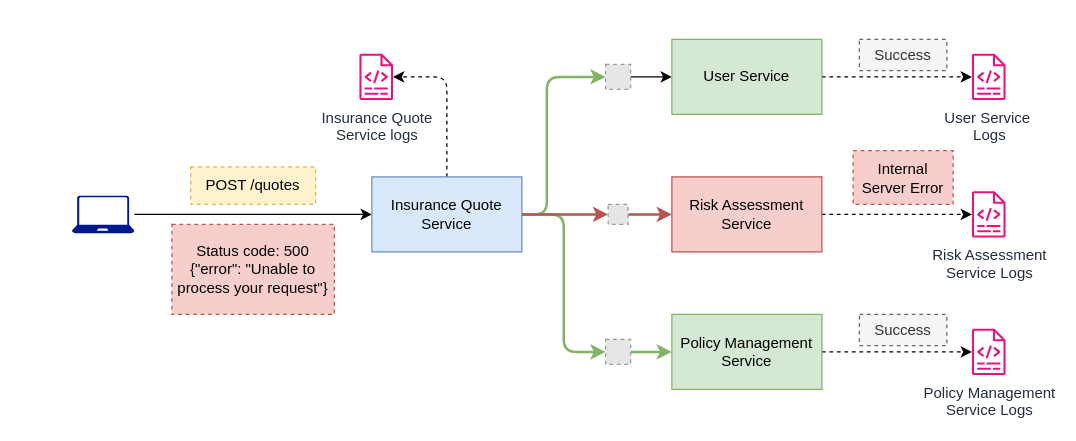
Before: page "11.4" (4 of 6) of ch11.drawio in abunuwas/api-sec-book-imgs, a draw.io diagram. Source tidied: cells renumbered, new cells numbered last; positions are measured from the earlier drawing's top-left corner, leaving out a move shared by most shapes. Both pictures are drawn from the tidied source at 125%, with x=0, y=0 at pixel (71, 39). Pictures stored in the file or linked from it are replaced by grey dashed boxes.
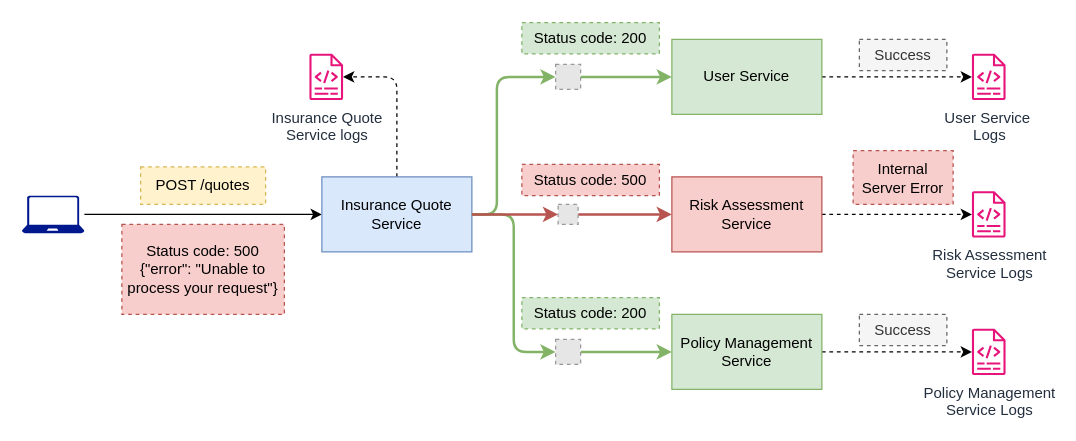
The same diagram, later.

The change refers to these unchanged cells:
```xml
<mxCell id="9" value="User Service" style="rounded=0;whiteSpace=wrap;html=1;fillColor=#d5e8d4;strokeColor=#82b366;" parent="1" vertex="1">
  <mxGeometry x="480" width="120" height="60" as="geometry" />
</mxCell>
```

What changed in the source:
```diff
@@
     <mxCell id="3" style="sketch=0;shadow=0;dashed=0;html=1;strokeColor=none;labelPosition=center;verticalLabelPosition=bottom;verticalAlign=top;align=center;fillColor=#00188D;shape=mxgraph.azure.laptop;" parent="1" vertex="1">
-      <mxGeometry y="125" width="50" height="30" as="geometry" />
+      <mxGeometry x="-40" y="125" width="50" height="30" as="geometry" />
     </mxCell>
-    <mxCell id="4" style="edgeStyle=orthogonalEdgeStyle;rounded=1;jettySize=auto;html=1;entryX=0;entryY=0.5;entryDx=0;entryDy=0;curved=0;" parent="1" edge="1" source="15" target="9">
+    <mxCell id="4" style="edgeStyle=orthogonalEdgeStyle;rounded=1;jettySize=auto;html=1;entryX=0;entryY=0.5;entryDx=0;entryDy=0;curved=0;fillColor=#d5e8d4;strokeColor=#82b366;strokeWidth=2;" parent="1" edge="1" source="15" target="9">
       <mxGeometry relative="1" as="geometry" />
     </mxCell>
@@
     <mxCell id="6" style="edgeStyle=orthogonalEdgeStyle;rounded=1;jettySize=auto;html=1;curved=0;dashed=1;" parent="1" edge="1" source="7" target="24">
       <mxGeometry relative="1" as="geometry">
         <Array as="points">
-          <mxPoint x="300" y="30" />
+          <mxPoint x="260" y="30" />
         </Array>
       </mxGeometry>
     </mxCell>
     <mxCell id="7" value="Insurance Quote Service" style="rounded=0;whiteSpace=wrap;html=1;fillColor=#dae8fc;strokeColor=#6c8ebf;" parent="1" vertex="1">
-      <mxGeometry x="240" y="110" width="120" height="60" as="geometry" />
+      <mxGeometry x="200" y="110" width="120" height="60" as="geometry" />
     </mxCell>
@@
     <mxCell id="14" style="edgeStyle=orthogonalEdgeStyle;rounded=1;jettySize=auto;html=1;entryX=0;entryY=0.5;entryDx=0;entryDy=0;curved=0;fillColor=#d5e8d4;strokeColor=#82b366;strokeWidth=2;" parent="1" edge="1" source="7" target="15">
       <mxGeometry relative="1" as="geometry">
         <Array as="points">
-          <mxPoint x="380" y="140" />
-          <mxPoint x="380" y="30" />
+          <mxPoint x="340" y="140" />
+          <mxPoint x="340" y="30" />
         </Array>
       </mxGeometry>
     </mxCell>
     <mxCell id="15" style="fillColor=#E6E6E6;strokeColor=#999999;dashed=1;html=1;verticalAlign=top;verticalLabelPosition=bottom;labelBackgroundColor=#ffffff;" parent="1" vertex="1">
-      <mxGeometry x="427" y="20" width="20" height="20" as="geometry" />
+      <mxGeometry x="387" y="20" width="20" height="20" as="geometry" />
     </mxCell>
@@
     <mxCell id="18" style="fillColor=#E6E6E6;strokeColor=#999999;dashed=1;html=1;verticalAlign=top;verticalLabelPosition=bottom;labelBackgroundColor=#ffffff;" parent="1" vertex="1">
-      <mxGeometry x="427" y="240" width="20" height="20" as="geometry" />
+      <mxGeometry x="387" y="240" width="20" height="20" as="geometry" />
     </mxCell>
@@
     <mxCell id="20" style="fillColor=#E6E6E6;strokeColor=#999999;dashed=1;html=1;verticalAlign=top;verticalLabelPosition=bottom;labelBackgroundColor=#ffffff;" parent="1" vertex="1">
-      <mxGeometry x="429" y="132" width="16" height="16" as="geometry" />
+      <mxGeometry x="389" y="132" width="16" height="16" as="geometry" />
     </mxCell>
@@
     <mxCell id="24" value="Insurance Quote&lt;div&gt;Service logs&lt;/div&gt;" style="sketch=0;outlineConnect=0;fontColor=#232F3E;gradientColor=none;fillColor=#E7157B;strokeColor=none;dashed=0;verticalLabelPosition=bottom;verticalAlign=top;align=center;html=1;fontSize=12;fontStyle=0;shape=mxgraph.aws4.logs;" parent="1" vertex="1">
-      <mxGeometry x="230" y="11.5" width="27" height="37" as="geometry" />
+      <mxGeometry x="190" y="11.5" width="27" height="37" as="geometry" />
     </mxCell>
     <mxCell id="25" value="POST /quotes" style="text;html=1;align=center;verticalAlign=middle;whiteSpace=wrap;rounded=0;dashed=1;fillColor=#fff2cc;strokeColor=#d6b656;" parent="1" vertex="1">
-      <mxGeometry x="95" y="102" width="100" height="30" as="geometry" />
+      <mxGeometry x="55" y="102" width="100" height="30" as="geometry" />
     </mxCell>
     <mxCell id="26" value="Status code: 500&lt;div&gt;{&quot;error&quot;: &quot;Unable to process your request&quot;}&lt;/div&gt;" style="text;html=1;align=center;verticalAlign=middle;whiteSpace=wrap;rounded=0;dashed=1;fillColor=#f8cecc;strokeColor=#b85450;" parent="1" vertex="1">
-      <mxGeometry x="80" y="148" width="130" height="72" as="geometry" />
+      <mxGeometry x="40" y="148" width="130" height="72" as="geometry" />
     </mxCell>
@@
+    <mxCell id="30" value="Status code: 200" style="text;html=1;align=center;verticalAlign=middle;whiteSpace=wrap;rounded=0;dashed=1;fillColor=#d5e8d4;strokeColor=#82b366;" parent="1" vertex="1">
+      <mxGeometry x="360" y="-13.5" width="110" height="25" as="geometry" />
+    </mxCell>
+    <mxCell id="31" value="Status code: 200" style="text;html=1;align=center;verticalAlign=middle;whiteSpace=wrap;rounded=0;dashed=1;fillColor=#d5e8d4;strokeColor=#82b366;" parent="1" vertex="1">
+      <mxGeometry x="360" y="206.5" width="110" height="25" as="geometry" />
+    </mxCell>
+    <mxCell id="32" value="Status code: 500" style="text;html=1;align=center;verticalAlign=middle;whiteSpace=wrap;rounded=0;dashed=1;fillColor=#f8cecc;strokeColor=#b85450;" parent="1" vertex="1">
+      <mxGeometry x="360" y="100" width="110" height="25" as="geometry" />
+    </mxCell>
```
